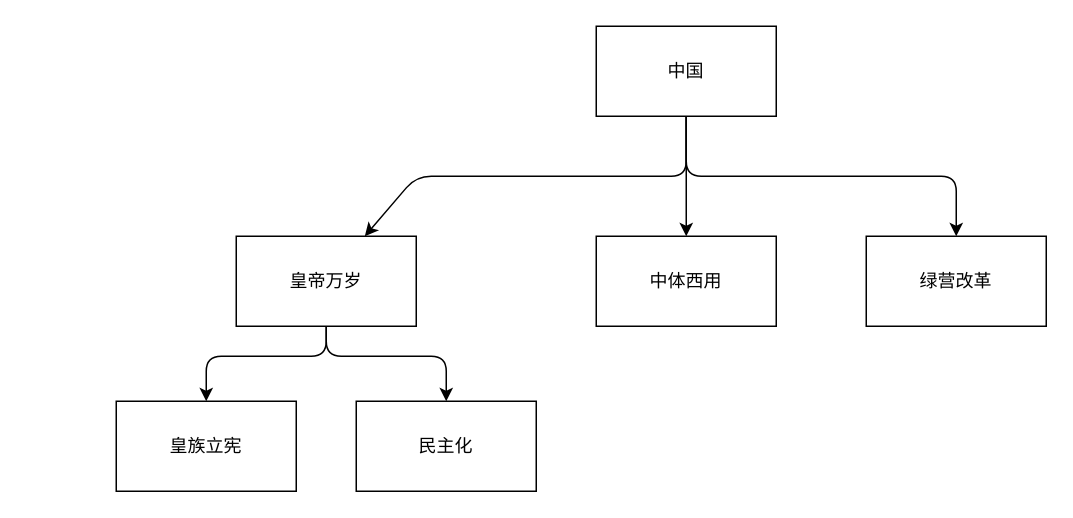
This is trees.drawio from HCPTangHY/Victoria3mod-MJEE, a draw.io file, before an edit. Source tidied: cells renumbered, new cells numbered last; positions are measured from the earlier drawing's top-left corner, leaving out a move shared by most shapes. Both pictures are drawn from the tidied source at 150%, with x=0, y=0 at pixel (116, 26).
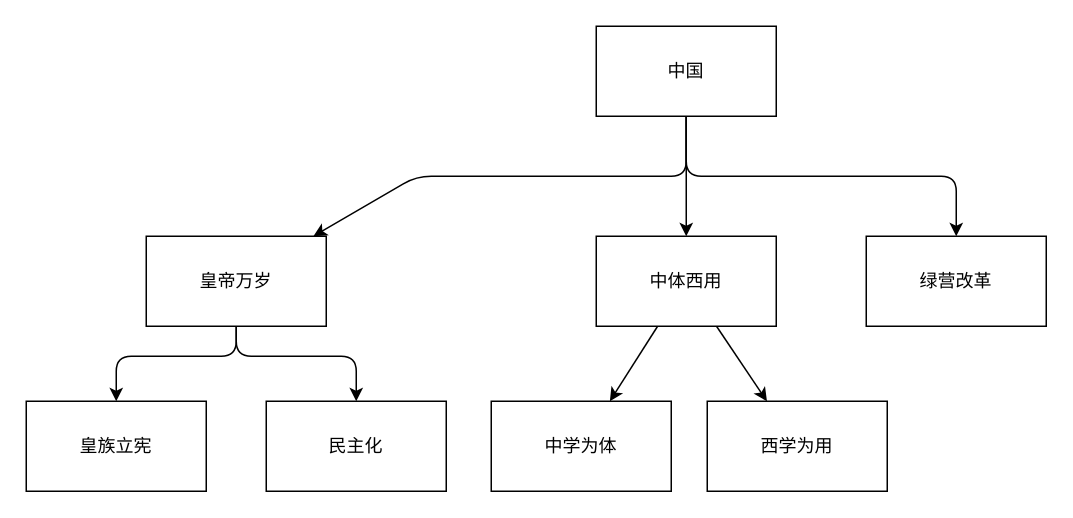
The same diagram, later.

The change refers to these unchanged cells:
```xml
<mxCell id="9" value="中体西用" style="whiteSpace=wrap;html=1;rounded=0;" parent="1" vertex="1">
  <mxGeometry x="320" y="140" width="120" height="60" as="geometry" />
</mxCell>
```

Change to the diagram source:
```diff
@@
     <mxCell id="6" style="edgeStyle=none;html=1;" parent="1" edge="1" source="8" target="11">
       <mxGeometry relative="1" as="geometry">
         <Array as="points">
-          <mxPoint x="140" y="220" />
-          <mxPoint x="60" y="220" />
+          <mxPoint x="80" y="220" />
+          <mxPoint y="220" />
         </Array>
       </mxGeometry>
     </mxCell>
     <mxCell id="7" style="edgeStyle=none;html=1;" parent="1" edge="1" source="8" target="12">
       <mxGeometry relative="1" as="geometry">
         <Array as="points">
-          <mxPoint x="140" y="220" />
-          <mxPoint x="220" y="220" />
+          <mxPoint x="80" y="220" />
+          <mxPoint x="160" y="220" />
         </Array>
       </mxGeometry>
     </mxCell>
     <mxCell id="8" value="皇帝万岁" style="rounded=0;whiteSpace=wrap;html=1;" parent="1" vertex="1">
-      <mxGeometry x="80" y="140" width="120" height="60" as="geometry" />
+      <mxGeometry x="20" y="140" width="120" height="60" as="geometry" />
     </mxCell>
+    <mxCell id="13" style="edgeStyle=none;html=1;" parent="1" edge="1" source="9" target="15">
+      <mxGeometry relative="1" as="geometry" />
+    </mxCell>
+    <mxCell id="14" style="edgeStyle=none;html=1;" parent="1" edge="1" source="9" target="16">
+      <mxGeometry relative="1" as="geometry" />
+    </mxCell>
@@
     <mxCell id="11" value="皇族立宪" style="whiteSpace=wrap;html=1;rounded=0;" parent="1" vertex="1">
-      <mxGeometry y="250" width="120" height="60" as="geometry" />
+      <mxGeometry x="-60" y="250" width="120" height="60" as="geometry" />
     </mxCell>
     <mxCell id="12" value="民主化" style="whiteSpace=wrap;html=1;rounded=0;" parent="1" vertex="1">
-      <mxGeometry x="160" y="250" width="120" height="60" as="geometry" />
+      <mxGeometry x="100" y="250" width="120" height="60" as="geometry" />
     </mxCell>
+    <mxCell id="15" value="中学为体" style="whiteSpace=wrap;html=1;rounded=0;" parent="1" vertex="1">
+      <mxGeometry x="250" y="250" width="120" height="60" as="geometry" />
+    </mxCell>
+    <mxCell id="16" value="西学为用" style="whiteSpace=wrap;html=1;rounded=0;" parent="1" vertex="1">
+      <mxGeometry x="394" y="250" width="120" height="60" as="geometry" />
+    </mxCell>
```
